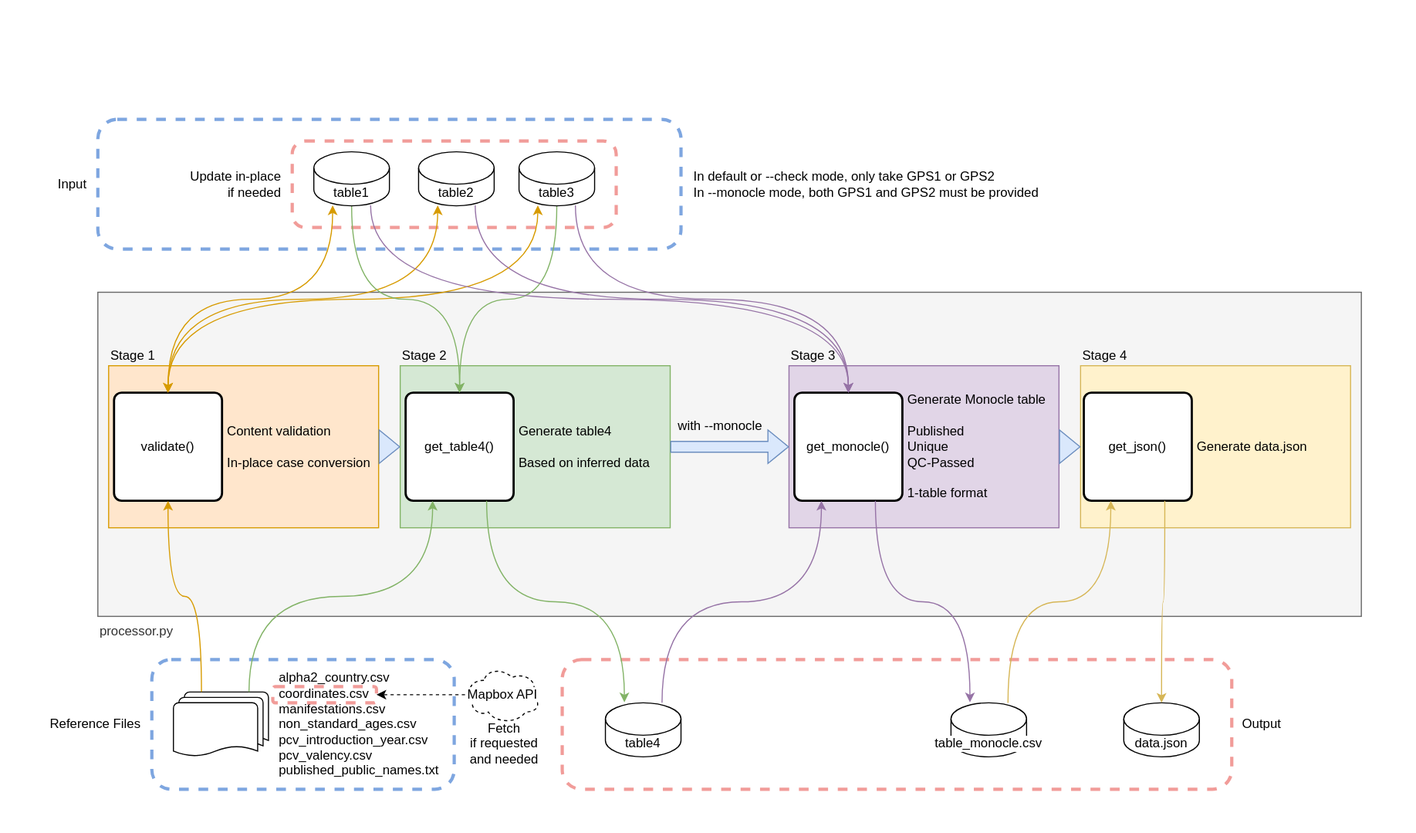
Before: doc/workflow.drawio.svg, a diagram exported from draw.io (sanger-bentley-group/gps-database-processor). Source tidied: cells renumbered, new cells last; positions are measured from the earlier drawing's top-left corner, leaving out a move shared by most shapes.
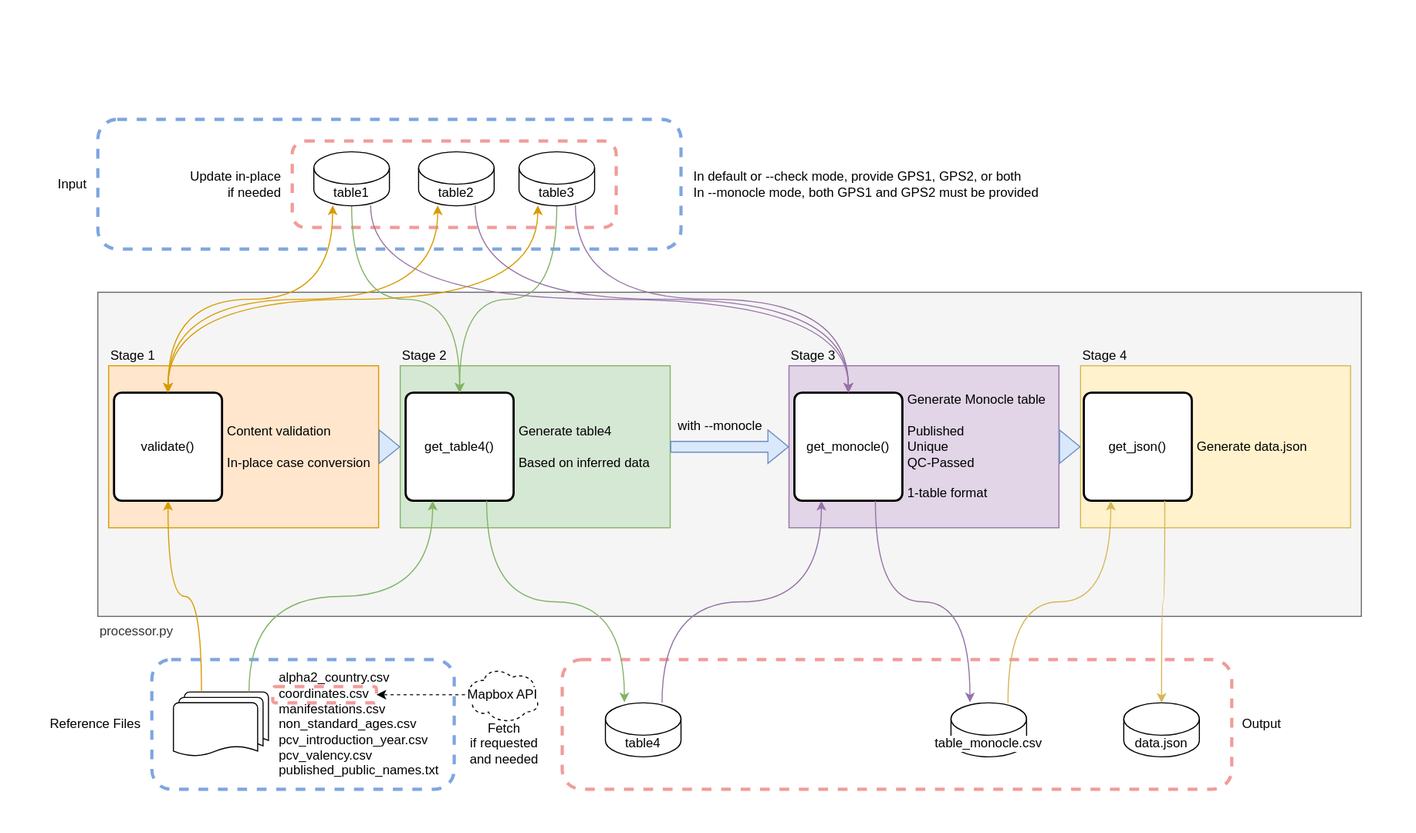
The same file after the commit.

Commit message:
Update input description

Diff of the diagram source:
```diff
@@ -168,7 +168,7 @@
     <mxCell id="55" value="Mapbox API" style="ellipse;shape=cloud;whiteSpace=wrap;html=1;labelBackgroundColor=default;dashed=1;" parent="1" vertex="1">
       <mxGeometry x="430" y="615.8" width="70" height="53.3" as="geometry" />
     </mxCell>
-    <mxCell id="56" value="In default or --check mode, only take GPS1 or GPS2&lt;br&gt;In --monocle mode, both GPS1 and GPS2 must be provided" style="text;html=1;align=left;verticalAlign=middle;strokeColor=none;fillColor=none;fontSize=12;fontStyle=0;" parent="1" vertex="1">
+    <mxCell id="56" value="In default or --check mode, provide GPS1, GPS2, or both&lt;br style=&quot;border-color: var(--border-color);&quot;&gt;In --monocle mode, both GPS1 and GPS2 must be provided" style="text;html=1;align=left;verticalAlign=middle;strokeColor=none;fillColor=none;fontSize=12;fontStyle=0;" parent="1" vertex="1">
       <mxGeometry x="640" y="150" width="340" height="40" as="geometry" />
     </mxCell>
   </root>
```
